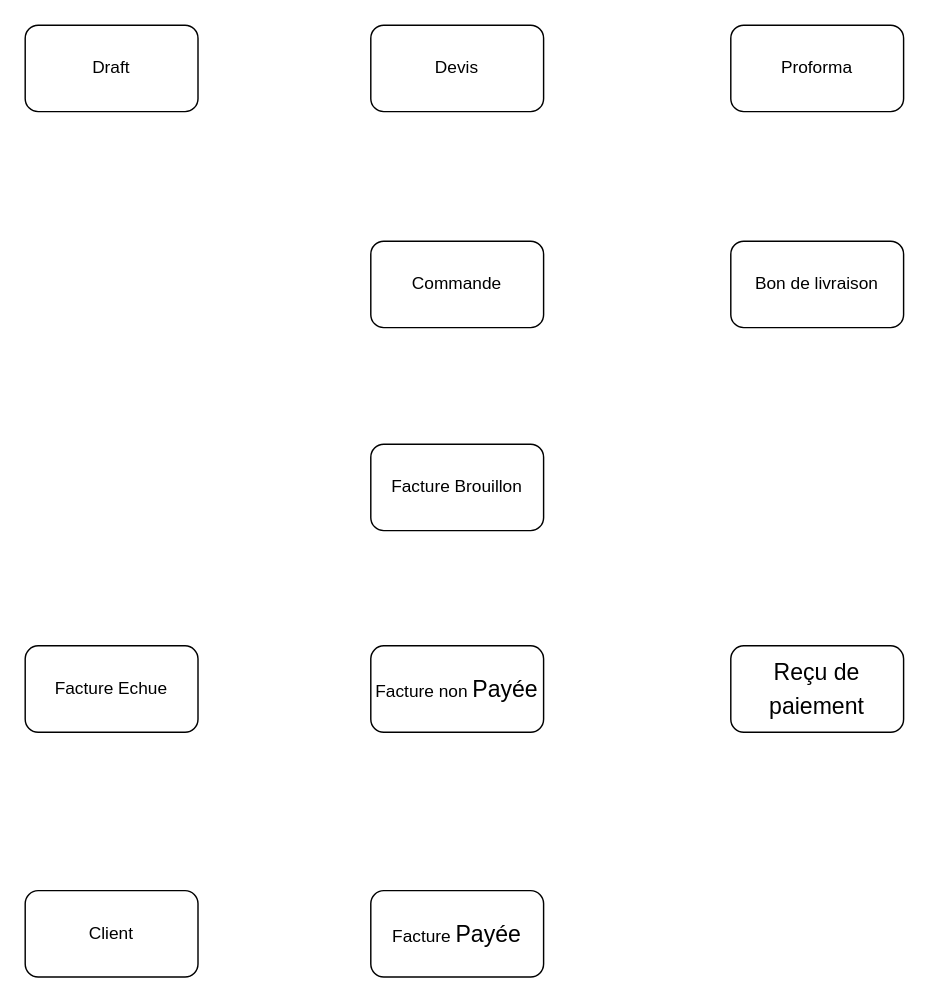
Before: Workflow/Vente.drawio in Shermine237/odoo-CRM, a draw.io diagram. Source tidied: cells renumbered, new cells numbered last; positions are measured from the earlier drawing's top-left corner, leaving out a move shared by most shapes. Both pictures are drawn from the tidied source at 144%, with x=0, y=0 at pixel (24, 24).
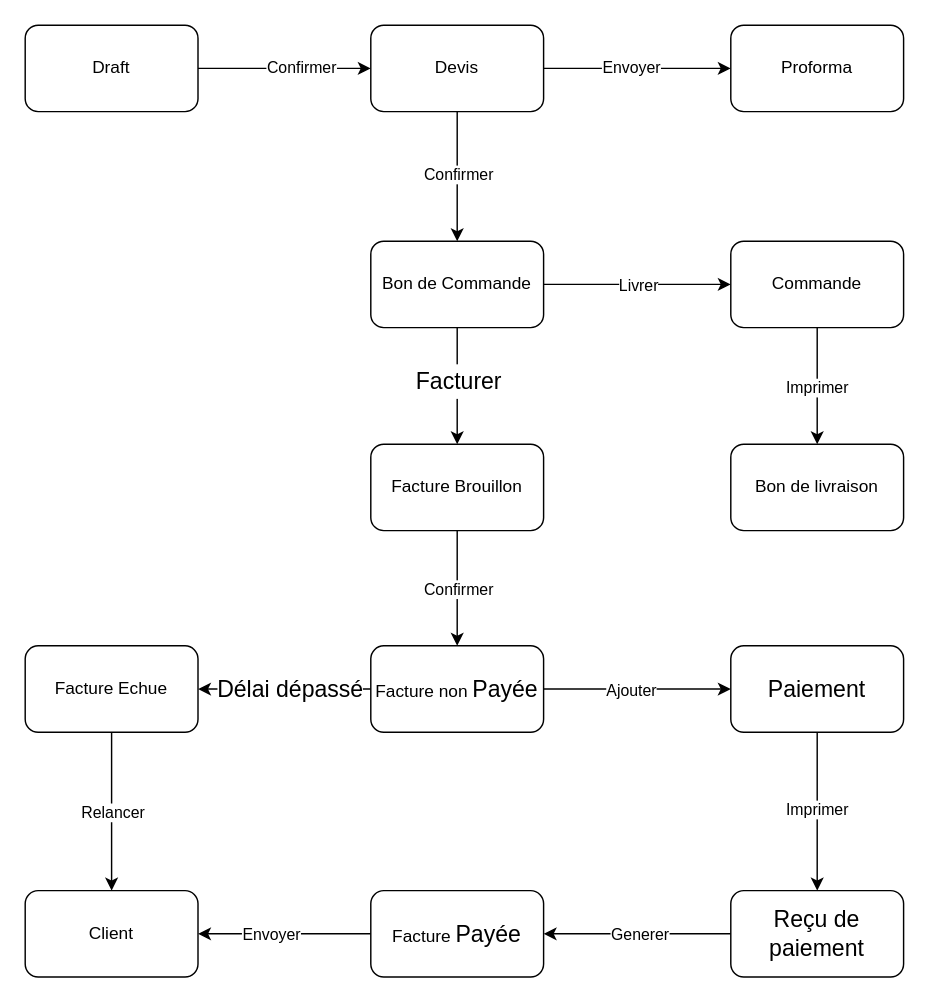
The same diagram, later.

The change refers to these unchanged cells:
```xml
<mxCell id="2" value="Draft" style="rounded=1;whiteSpace=wrap;html=1;" parent="1" vertex="1">
  <mxGeometry width="120" height="60" as="geometry" />
</mxCell>
<mxCell id="3" value="Devis" style="rounded=1;whiteSpace=wrap;html=1;" parent="1" vertex="1">
  <mxGeometry x="240" width="120" height="60" as="geometry" />
</mxCell>
<mxCell id="4" value="Proforma" style="rounded=1;whiteSpace=wrap;html=1;" parent="1" vertex="1">
  <mxGeometry x="490" width="120" height="60" as="geometry" />
</mxCell>
<mxCell id="7" value="Facture Brouillon" style="rounded=1;whiteSpace=wrap;html=1;" parent="1" vertex="1">
  <mxGeometry x="240" y="291" width="120" height="60" as="geometry" />
</mxCell>
<mxCell id="8" value="Facture non&amp;nbsp;&lt;span style=&quot;font-size:12.0pt;mso-bidi-font-size:&lt;br/&gt;11.0pt;line-height:150%;font-family:&amp;quot;Calibri&amp;quot;,sans-serif;mso-ascii-theme-font:&lt;br/&gt;minor-latin;mso-fareast-font-family:Calibri;mso-fareast-theme-font:minor-latin;&lt;br/&gt;mso-hansi-theme-font:minor-latin;mso-bidi-font-family:&amp;quot;Times New Roman&amp;quot;;&lt;br/&gt;mso-bidi-theme-font:minor-bidi;mso-ansi-language:FR;mso-fareast-language:EN-US;&lt;br/&gt;mso-bidi-language:AR-SA&quot; lang=&quot;FR&quot;&gt;Payée&lt;/span&gt;" style="rounded=1;whiteSpace=wrap;html=1;" parent="1" vertex="1">
  <mxGeometry x="240" y="431" width="120" height="60" as="geometry" />
</mxCell>
<mxCell id="10" value="Facture Echue" style="rounded=1;whiteSpace=wrap;html=1;" parent="1" vertex="1">
  <mxGeometry y="431" width="120" height="60" as="geometry" />
</mxCell>
<mxCell id="11" value="Client" style="rounded=1;whiteSpace=wrap;html=1;" parent="1" vertex="1">
  <mxGeometry y="601" width="120" height="60" as="geometry" />
</mxCell>
<mxCell id="12" value="Facture&amp;nbsp;&lt;span style=&quot;font-size: 12pt; line-height: 24px; font-family: Calibri, sans-serif;&quot; lang=&quot;FR&quot;&gt;Payée&lt;/span&gt;" style="rounded=1;whiteSpace=wrap;html=1;" parent="1" vertex="1">
  <mxGeometry x="240" y="601" width="120" height="60" as="geometry" />
</mxCell>
```

Diff of the diagram source:
```diff
@@
+    <mxCell id="13" style="edgeStyle=orthogonalEdgeStyle;rounded=0;jettySize=auto;html=1;exitX=1;exitY=0.5;exitDx=0;exitDy=0;entryX=0;entryY=0.5;entryDx=0;entryDy=0;" parent="1" edge="1" source="2" target="3">
+      <mxGeometry relative="1" as="geometry" />
+    </mxCell>
+    <mxCell id="14" value="Confirmer" style="edgeLabel;html=1;align=center;verticalAlign=middle;" parent="13" vertex="1">
+      <mxGeometry x="0.18" y="1" relative="1" as="geometry" />
+    </mxCell>
@@
+    <mxCell id="15" style="edgeStyle=orthogonalEdgeStyle;rounded=0;jettySize=auto;html=1;exitX=1;exitY=0.5;exitDx=0;exitDy=0;entryX=0;entryY=0.5;entryDx=0;entryDy=0;" parent="1" edge="1" source="3" target="4">
+      <mxGeometry relative="1" as="geometry" />
+    </mxCell>
+    <mxCell id="16" value="Envoyer" style="edgeLabel;html=1;align=center;verticalAlign=middle;" parent="15" vertex="1">
+      <mxGeometry x="-0.07" y="1" relative="1" as="geometry" />
+    </mxCell>
+    <mxCell id="17" style="edgeStyle=orthogonalEdgeStyle;rounded=0;jettySize=auto;html=1;exitX=0.5;exitY=1;exitDx=0;exitDy=0;entryX=0.5;entryY=0;entryDx=0;entryDy=0;" parent="1" edge="1" source="3" target="5">
+      <mxGeometry relative="1" as="geometry" />
+    </mxCell>
+    <mxCell id="18" value="Confirmer" style="edgeLabel;html=1;align=center;verticalAlign=middle;" parent="17" vertex="1">
+      <mxGeometry x="-0.04" relative="1" as="geometry" />
+    </mxCell>
@@
+    <mxCell id="19" style="edgeStyle=orthogonalEdgeStyle;rounded=0;jettySize=auto;html=1;exitX=1;exitY=0.5;exitDx=0;exitDy=0;entryX=0;entryY=0.5;entryDx=0;entryDy=0;" parent="1" edge="1" source="5" target="6">
+      <mxGeometry relative="1" as="geometry" />
+    </mxCell>
+    <mxCell id="20" value="Livrer" style="edgeLabel;html=1;align=center;verticalAlign=middle;" parent="19" vertex="1">
+      <mxGeometry relative="1" as="geometry" />
+    </mxCell>
+    <mxCell id="21" style="edgeStyle=orthogonalEdgeStyle;rounded=0;jettySize=auto;html=1;exitX=0.5;exitY=1;exitDx=0;exitDy=0;entryX=0.5;entryY=0;entryDx=0;entryDy=0;" parent="1" edge="1" source="5" target="7">
+      <mxGeometry relative="1" as="geometry" />
+    </mxCell>
+    <mxCell id="22" value="&lt;span style=&quot;font-size:12.0pt;mso-bidi-font-size:&lt;br/&gt;11.0pt;line-height:150%;font-family:&amp;quot;Calibri&amp;quot;,sans-serif;mso-ascii-theme-font:&lt;br/&gt;minor-latin;mso-fareast-font-family:Calibri;mso-fareast-theme-font:minor-latin;&lt;br/&gt;mso-hansi-theme-font:minor-latin;mso-bidi-font-family:&amp;quot;Times New Roman&amp;quot;;&lt;br/&gt;mso-bidi-theme-font:minor-bidi;mso-ansi-language:FR;mso-fareast-language:EN-US;&lt;br/&gt;mso-bidi-language:AR-SA&quot; lang=&quot;FR&quot;&gt;Facturer&lt;/span&gt;" style="edgeLabel;html=1;align=center;verticalAlign=middle;" parent="21" vertex="1">
+      <mxGeometry x="-0.11" relative="1" as="geometry" />
+    </mxCell>
-    <mxCell id="5" value="Commande" style="rounded=1;whiteSpace=wrap;html=1;" parent="1" vertex="1">
+    <mxCell id="5" value="Bon de Commande" style="rounded=1;whiteSpace=wrap;html=1;" parent="1" vertex="1">
       <mxGeometry x="240" y="150" width="120" height="60" as="geometry" />
     </mxCell>
+    <mxCell id="23" style="edgeStyle=orthogonalEdgeStyle;rounded=0;jettySize=auto;html=1;exitX=0.5;exitY=1;exitDx=0;exitDy=0;entryX=0.5;entryY=0;entryDx=0;entryDy=0;" parent="1" edge="1" source="6" target="37">
+      <mxGeometry relative="1" as="geometry" />
+    </mxCell>
+    <mxCell id="24" value="Imprimer" style="edgeLabel;html=1;align=center;verticalAlign=middle;" parent="23" vertex="1">
+      <mxGeometry y="-1" relative="1" as="geometry" />
+    </mxCell>
-    <mxCell id="6" value="Bon de livraison" style="rounded=1;whiteSpace=wrap;html=1;" parent="1" vertex="1">
+    <mxCell id="6" value="Commande" style="rounded=1;whiteSpace=wrap;html=1;" parent="1" vertex="1">
       <mxGeometry x="490" y="150" width="120" height="60" as="geometry" />
     </mxCell>
+    <mxCell id="25" style="edgeStyle=orthogonalEdgeStyle;rounded=0;jettySize=auto;html=1;exitX=0.5;exitY=1;exitDx=0;exitDy=0;" parent="1" edge="1" source="7" target="8">
+      <mxGeometry relative="1" as="geometry" />
+    </mxCell>
+    <mxCell id="26" value="Confirmer" style="edgeLabel;html=1;align=center;verticalAlign=middle;" parent="25" vertex="1">
+      <mxGeometry x="0.01" relative="1" as="geometry" />
+    </mxCell>
@@
+    <mxCell id="27" style="edgeStyle=orthogonalEdgeStyle;rounded=0;jettySize=auto;html=1;exitX=1;exitY=0.5;exitDx=0;exitDy=0;entryX=0;entryY=0.5;entryDx=0;entryDy=0;" parent="1" edge="1" source="8" target="9">
+      <mxGeometry relative="1" as="geometry" />
+    </mxCell>
+    <mxCell id="28" value="Ajouter" style="edgeLabel;html=1;align=center;verticalAlign=middle;" parent="27" vertex="1">
+      <mxGeometry x="-0.07" relative="1" as="geometry" />
+    </mxCell>
+    <mxCell id="29" style="edgeStyle=orthogonalEdgeStyle;rounded=0;jettySize=auto;html=1;exitX=0;exitY=0.5;exitDx=0;exitDy=0;entryX=1;entryY=0.5;entryDx=0;entryDy=0;" parent="1" edge="1" source="8" target="10">
+      <mxGeometry relative="1" as="geometry" />
+    </mxCell>
+    <mxCell id="30" value="&lt;span style=&quot;font-size:12.0pt;mso-bidi-font-size:&lt;br/&gt;11.0pt;line-height:150%;font-family:&amp;quot;Calibri&amp;quot;,sans-serif;mso-ascii-theme-font:&lt;br/&gt;minor-latin;mso-fareast-font-family:Calibri;mso-fareast-theme-font:minor-latin;&lt;br/&gt;mso-hansi-theme-font:minor-latin;mso-bidi-font-family:&amp;quot;Times New Roman&amp;quot;;&lt;br/&gt;mso-bidi-theme-font:minor-bidi;mso-ansi-language:FR;mso-fareast-language:EN-US;&lt;br/&gt;mso-bidi-language:AR-SA&quot; lang=&quot;FR&quot;&gt;Délai dépassé&lt;/span&gt;" style="edgeLabel;html=1;align=center;verticalAlign=middle;" parent="29" vertex="1">
+      <mxGeometry x="-0.05" y="-1" relative="1" as="geometry" />
+    </mxCell>
@@
+    <mxCell id="31" style="edgeStyle=orthogonalEdgeStyle;rounded=0;jettySize=auto;html=1;exitX=0.5;exitY=1;exitDx=0;exitDy=0;entryX=0.5;entryY=0;entryDx=0;entryDy=0;" parent="1" edge="1" source="9" target="40">
+      <mxGeometry relative="1" as="geometry" />
+    </mxCell>
+    <mxCell id="32" value="Imprimer" style="edgeLabel;html=1;align=center;verticalAlign=middle;" parent="31" vertex="1">
+      <mxGeometry x="-0.03" y="-1" relative="1" as="geometry" />
+    </mxCell>
-    <mxCell id="9" value="&lt;span style=&quot;font-size:12.0pt;mso-bidi-font-size:&lt;br/&gt;11.0pt;line-height:150%;font-family:&amp;quot;Calibri&amp;quot;,sans-serif;mso-ascii-theme-font:&lt;br/&gt;minor-latin;mso-fareast-font-family:Calibri;mso-fareast-theme-font:minor-latin;&lt;br/&gt;mso-hansi-theme-font:minor-latin;mso-bidi-font-family:&amp;quot;Times New Roman&amp;quot;;&lt;br/&gt;mso-bidi-theme-font:minor-bidi;mso-ansi-language:FR;mso-fareast-language:EN-US;&lt;br/&gt;mso-bidi-language:AR-SA&quot; lang=&quot;FR&quot;&gt;Reçu de paiement&lt;/span&gt;" style="rounded=1;whiteSpace=wrap;html=1;" parent="1" vertex="1">
+    <mxCell id="9" value="&lt;span style=&quot;font-size:12.0pt;mso-bidi-font-size:&lt;br/&gt;11.0pt;line-height:150%;font-family:&amp;quot;Calibri&amp;quot;,sans-serif;mso-ascii-theme-font:&lt;br/&gt;minor-latin;mso-fareast-font-family:Calibri;mso-fareast-theme-font:minor-latin;&lt;br/&gt;mso-hansi-theme-font:minor-latin;mso-bidi-font-family:&amp;quot;Times New Roman&amp;quot;;&lt;br/&gt;mso-bidi-theme-font:minor-bidi;mso-ansi-language:FR;mso-fareast-language:EN-US;&lt;br/&gt;mso-bidi-language:AR-SA&quot; lang=&quot;FR&quot;&gt;Paiement&lt;/span&gt;" style="rounded=1;whiteSpace=wrap;html=1;" parent="1" vertex="1">
       <mxGeometry x="490" y="431" width="120" height="60" as="geometry" />
     </mxCell>
+    <mxCell id="33" style="edgeStyle=orthogonalEdgeStyle;rounded=0;jettySize=auto;html=1;exitX=0.5;exitY=1;exitDx=0;exitDy=0;entryX=0.5;entryY=0;entryDx=0;entryDy=0;" parent="1" edge="1" source="10" target="11">
+      <mxGeometry relative="1" as="geometry" />
+    </mxCell>
+    <mxCell id="34" value="Relancer" style="edgeLabel;html=1;align=center;verticalAlign=middle;" parent="33" vertex="1">
+      <mxGeometry relative="1" as="geometry" />
+    </mxCell>
@@
+    <mxCell id="35" style="edgeStyle=orthogonalEdgeStyle;rounded=0;jettySize=auto;html=1;exitX=0;exitY=0.5;exitDx=0;exitDy=0;entryX=1;entryY=0.5;entryDx=0;entryDy=0;" parent="1" edge="1" source="12" target="11">
+      <mxGeometry relative="1" as="geometry" />
+    </mxCell>
+    <mxCell id="36" value="Envoyer" style="edgeLabel;html=1;align=center;verticalAlign=middle;" parent="35" vertex="1">
+      <mxGeometry x="0.17" relative="1" as="geometry" />
+    </mxCell>
@@
+    <mxCell id="37" value="Bon de livraison" style="rounded=1;whiteSpace=wrap;html=1;" parent="1" vertex="1">
+      <mxGeometry x="490" y="291" width="120" height="60" as="geometry" />
+    </mxCell>
+    <mxCell id="38" style="edgeStyle=orthogonalEdgeStyle;rounded=0;jettySize=auto;html=1;exitX=0;exitY=0.5;exitDx=0;exitDy=0;entryX=1;entryY=0.5;entryDx=0;entryDy=0;" parent="1" edge="1" source="40" target="12">
+      <mxGeometry relative="1" as="geometry" />
+    </mxCell>
+    <mxCell id="39" value="Generer" style="edgeLabel;html=1;align=center;verticalAlign=middle;" parent="38" vertex="1">
+      <mxGeometry x="-0.01" relative="1" as="geometry" />
+    </mxCell>
+    <mxCell id="40" value="&lt;span style=&quot;font-family: Calibri, sans-serif; font-size: 16px;&quot;&gt;Reçu de paiement&lt;/span&gt;" style="rounded=1;whiteSpace=wrap;html=1;" parent="1" vertex="1">
+      <mxGeometry x="490" y="601" width="120" height="60" as="geometry" />
+    </mxCell>
```
